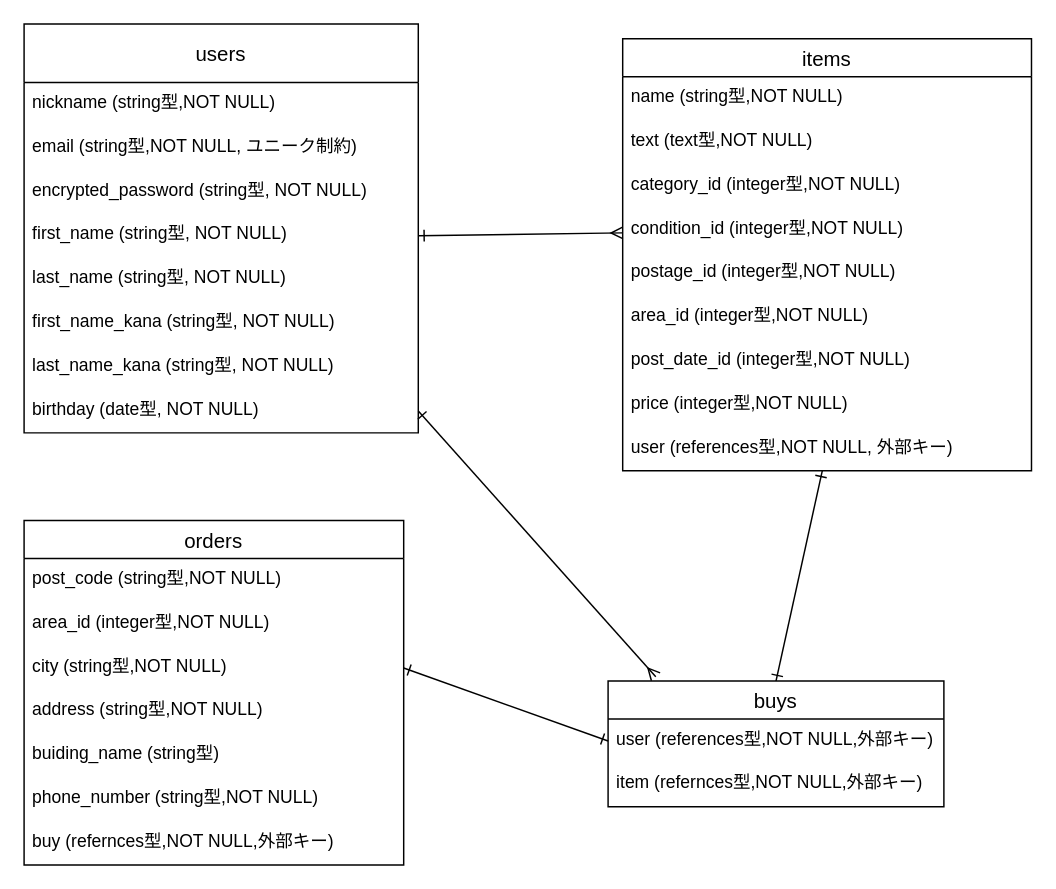
Earlier version of the draw.io diagram furima.dio (pgyuto/furima-37606). Source tidied: cells renumbered, new cells numbered last; positions are measured from the earlier drawing's top-left corner, leaving out a move shared by most shapes. Both pictures are drawn from the tidied source at 146%, with x=0, y=0 at pixel (23, 23).
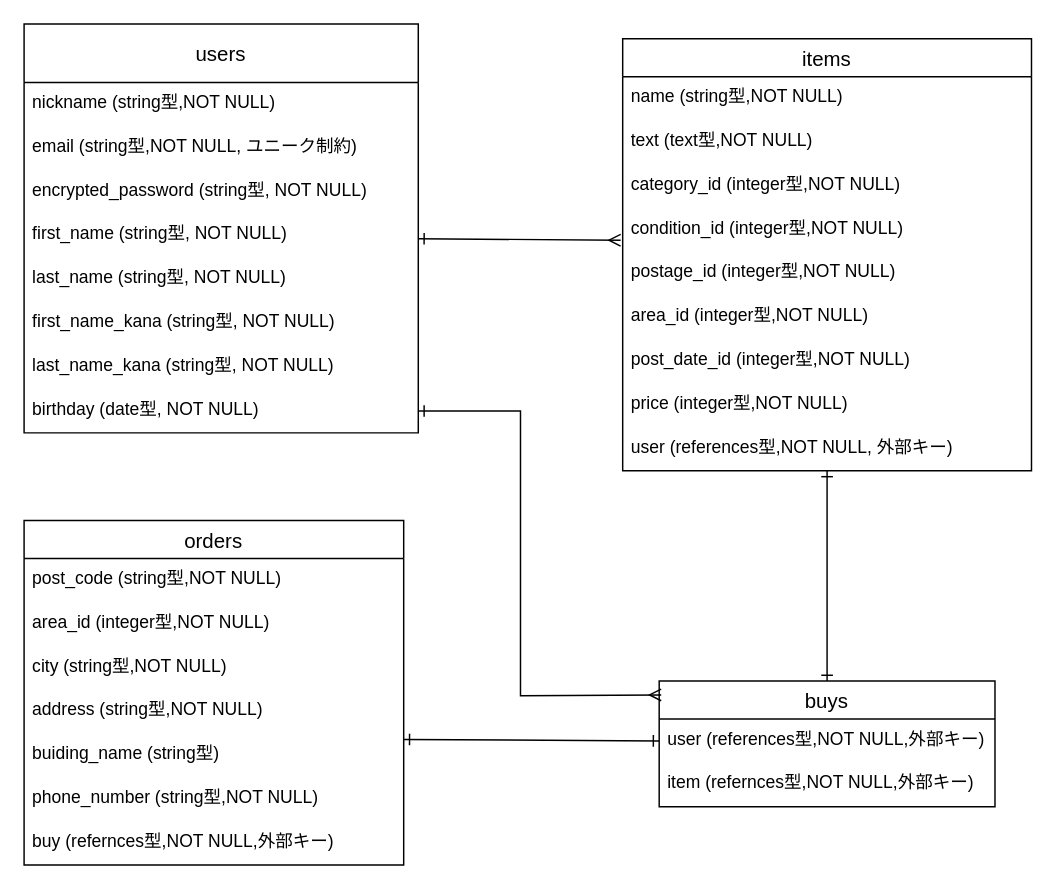
The same page after the edit.

Commit message (it also covers changes not shown here):
README修正(itemsアソシエーション)

The change refers to these unchanged cells:
```xml
<mxCell id="6" value="first_name (string型, NOT NULL)" style="text;strokeColor=none;fillColor=none;spacingLeft=4;spacingRight=4;overflow=hidden;points=[[0,0.5],[1,0.5]];portConstraint=eastwest;fontSize=12;" parent="2" vertex="1">
  <mxGeometry y="130" width="270" height="30" as="geometry" />
</mxCell>
<mxCell id="10" value="birthday (date型, NOT NULL)" style="text;strokeColor=none;fillColor=none;spacingLeft=4;spacingRight=4;overflow=hidden;points=[[0,0.5],[1,0.5]];portConstraint=eastwest;fontSize=12;" parent="2" vertex="1">
  <mxGeometry y="250" width="270" height="30" as="geometry" />
</mxCell>
<mxCell id="14" value="city (string型,NOT NULL)" style="text;strokeColor=none;fillColor=none;spacingLeft=4;spacingRight=4;overflow=hidden;points=[[0,0.5],[1,0.5]];portConstraint=eastwest;fontSize=12;" parent="11" vertex="1">
  <mxGeometry y="86" width="260" height="30" as="geometry" />
</mxCell>
<mxCell id="23" value="condition_id (integer型,NOT NULL)" style="text;strokeColor=none;fillColor=none;spacingLeft=4;spacingRight=4;overflow=hidden;points=[[0,0.5],[1,0.5]];portConstraint=eastwest;fontSize=12;" parent="19" vertex="1">
  <mxGeometry y="116" width="280" height="30" as="geometry" />
</mxCell>
<mxCell id="31" value="user (references型,NOT NULL,外部キー)" style="text;strokeColor=none;fillColor=none;spacingLeft=4;spacingRight=4;overflow=hidden;points=[[0,0.5],[1,0.5]];portConstraint=eastwest;fontSize=12;" parent="30" vertex="1">
  <mxGeometry y="26" width="230" height="30" as="geometry" />
</mxCell>
```

What changed in the source:
```diff
@@
     <mxCell id="30" value="buys" style="swimlane;fontStyle=0;horizontal=1;startSize=26;align=center;fontSize=14;" parent="1" vertex="1">
-      <mxGeometry x="400" y="450" width="230" height="86" as="geometry" />
+      <mxGeometry x="435" y="450" width="230" height="86" as="geometry" />
     </mxCell>
@@
-    <mxCell id="33" style="edgeStyle=none;html=1;exitX=1;exitY=0.5;exitDx=0;exitDy=0;endArrow=ERmany;endFill=0;strokeWidth=1;rounded=1;startArrow=ERone;startFill=0;" parent="1" edge="1" source="6" target="23">
-      <mxGeometry relative="1" as="geometry" />
+    <mxCell id="33" style="edgeStyle=none;html=1;exitX=1;exitY=0.5;exitDx=0;exitDy=0;endArrow=ERmany;endFill=0;strokeWidth=1;rounded=1;startArrow=ERone;startFill=0;entryX=-0.005;entryY=0.735;entryDx=0;entryDy=0;entryPerimeter=0;" parent="1" edge="1" target="23">
+      <mxGeometry relative="1" as="geometry">
+        <mxPoint x="270" y="147" as="sourcePoint" />
+      </mxGeometry>
     </mxCell>
-    <mxCell id="34" style="edgeStyle=none;rounded=1;html=1;exitX=0;exitY=0.5;exitDx=0;exitDy=0;startArrow=ERone;startFill=0;endArrow=ERone;endFill=0;strokeWidth=1;entryX=1;entryY=0.5;entryDx=0;entryDy=0;" parent="1" edge="1" source="31" target="14">
-      <mxGeometry relative="1" as="geometry" />
+    <mxCell id="34" style="edgeStyle=none;rounded=1;html=1;exitX=0;exitY=0.5;exitDx=0;exitDy=0;startArrow=ERone;startFill=0;endArrow=ERone;endFill=0;strokeWidth=1;" parent="1" edge="1" source="31">
+      <mxGeometry relative="1" as="geometry">
+        <mxPoint x="260" y="490" as="targetPoint" />
+      </mxGeometry>
     </mxCell>
-    <mxCell id="35" style="edgeStyle=none;rounded=1;html=1;exitX=1;exitY=0.5;exitDx=0;exitDy=0;entryX=0.142;entryY=-0.034;entryDx=0;entryDy=0;entryPerimeter=0;startArrow=ERone;startFill=0;endArrow=ERmany;endFill=0;strokeWidth=1;" parent="1" edge="1" source="10" target="30">
-      <mxGeometry relative="1" as="geometry" />
+    <mxCell id="35" style="edgeStyle=none;rounded=0;html=1;exitX=1;exitY=0.5;exitDx=0;exitDy=0;startArrow=ERone;startFill=0;endArrow=ERmany;endFill=0;strokeWidth=1;entryX=0.006;entryY=0.11;entryDx=0;entryDy=0;entryPerimeter=0;" parent="1" edge="1" source="10" target="30">
+      <mxGeometry relative="1" as="geometry">
+        <Array as="points">
+          <mxPoint x="340" y="265" />
+          <mxPoint x="340" y="460" />
+        </Array>
+      </mxGeometry>
     </mxCell>
```
